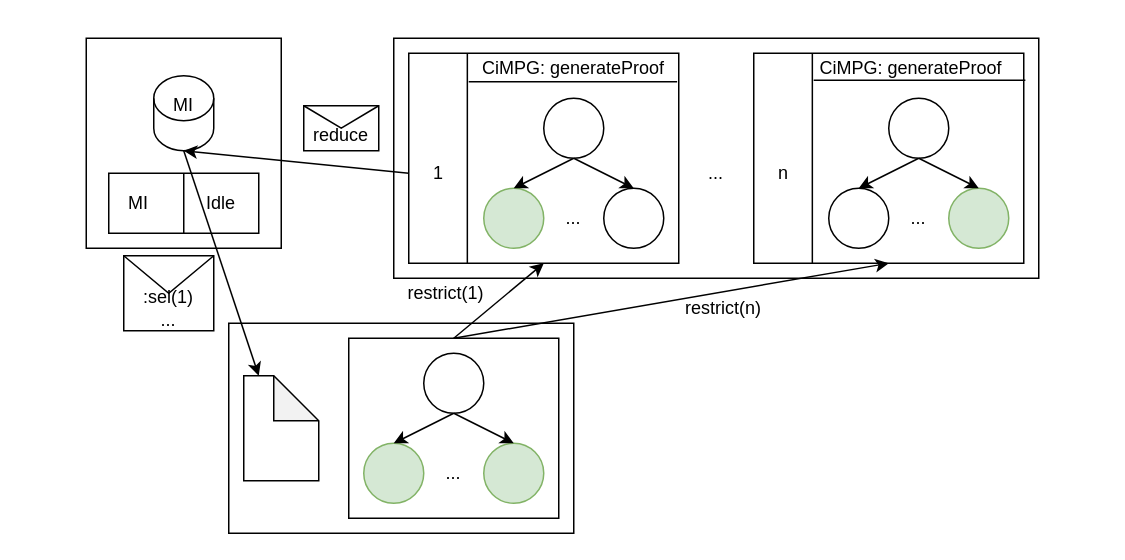
This is diagrams/distribuition.drawio from ariesco/CafeInMaude, a draw.io file, before an edit. Source tidied: cells renumbered, new cells numbered last; positions are measured from the earlier drawing's top-left corner, leaving out a move shared by most shapes. Both pictures are drawn from the tidied source at 150%, with x=0, y=0 at pixel (86, 38).
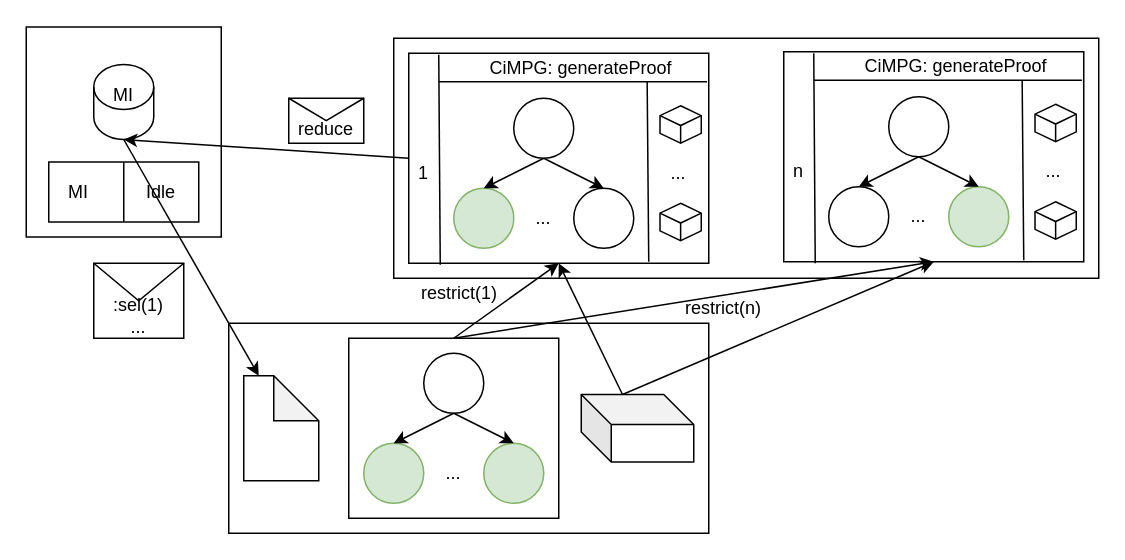
The same page after the edit.

Unchanged cells that the change refers to:
```xml
<mxCell id="41" style="rounded=0;whiteSpace=wrap;html=1;glass=0;fillColor=none;" parent="1" vertex="1">
  <mxGeometry x="175" y="200" width="140" height="120" as="geometry" />
</mxCell>
```

Change to the diagram source:
```diff
@@
     <mxCell id="8" style="rounded=0;whiteSpace=wrap;html=1;glass=0;fillColor=none;" parent="1" vertex="1">
-      <mxGeometry x="95" y="190" width="230" height="140" as="geometry" />
+      <mxGeometry x="95" y="190" width="320" height="140" as="geometry" />
     </mxCell>
     <mxCell id="9" style="shape=message;html=1;whiteSpace=wrap;html=1;glass=0;fillColor=none;" parent="1" vertex="1">
-      <mxGeometry x="145" y="45" width="50" height="30" as="geometry" />
+      <mxGeometry x="135" y="40" width="50" height="30" as="geometry" />
     </mxCell>
     <mxCell id="10" style="verticalLabelPosition=bottom;verticalAlign=top;html=1;shape=mxgraph.flowchart.on-page_reference;" parent="1" vertex="1">
-      <mxGeometry x="305" y="40" width="40" height="40" as="geometry" />
+      <mxGeometry x="285" y="40" width="40" height="40" as="geometry" />
     </mxCell>
     <mxCell id="11" style="verticalLabelPosition=bottom;verticalAlign=top;html=1;shape=mxgraph.flowchart.on-page_reference;fillColor=#d5e8d4;strokeColor=#82b366;" parent="1" vertex="1">
-      <mxGeometry x="265" y="100" width="40" height="40" as="geometry" />
+      <mxGeometry x="245" y="100" width="40" height="40" as="geometry" />
     </mxCell>
     <mxCell id="12" style="verticalLabelPosition=bottom;verticalAlign=top;html=1;shape=mxgraph.flowchart.on-page_reference;" parent="1" vertex="1">
-      <mxGeometry x="345" y="100" width="40" height="40" as="geometry" />
+      <mxGeometry x="325" y="100" width="40" height="40" as="geometry" />
     </mxCell>
@@
     <mxCell id="14" style="endArrow=classic;html=1;entryX=0.5;entryY=0;entryDx=0;entryDy=0;entryPerimeter=0;" parent="1" edge="1" target="11">
       <mxGeometry relative="1" as="geometry">
-        <mxPoint x="325" y="80" as="sourcePoint" />
+        <mxPoint x="305" y="80" as="sourcePoint" />
       </mxGeometry>
     </mxCell>
     <mxCell id="15" value="..." style="text;html=1;strokeColor=none;fillColor=none;align=center;verticalAlign=middle;whiteSpace=wrap;rounded=0;" parent="1" vertex="1">
-      <mxGeometry x="305" y="110" width="40" height="20" as="geometry" />
+      <mxGeometry x="285" y="110" width="40" height="20" as="geometry" />
     </mxCell>
     <mxCell id="16" style="rounded=0;whiteSpace=wrap;html=1;glass=0;fillColor=none;" parent="1" vertex="1">
-      <mxGeometry x="215" y="10" width="180" height="140" as="geometry" />
+      <mxGeometry x="215" y="10" width="200" height="140" as="geometry" />
     </mxCell>
-    <mxCell id="17" style="endArrow=none;html=1;entryX=0.217;entryY=0;entryDx=0;entryDy=0;entryPerimeter=0;exitX=0.217;exitY=1;exitDx=0;exitDy=0;exitPerimeter=0;" parent="1" edge="1" source="16" target="16">
-      <mxGeometry relative="1" as="geometry" />
+    <mxCell id="17" style="endArrow=none;html=1;entryX=0.1;entryY=0.007;entryDx=0;entryDy=0;entryPerimeter=0;" parent="1" edge="1" target="16">
+      <mxGeometry relative="1" as="geometry">
+        <mxPoint x="236" y="151" as="sourcePoint" />
+      </mxGeometry>
     </mxCell>
-    <mxCell id="18" value="1" style="text;html=1;strokeColor=none;fillColor=none;align=center;verticalAlign=middle;whiteSpace=wrap;rounded=0;glass=0;" parent="1" vertex="1">
-      <mxGeometry x="215" y="80" width="40" height="20" as="geometry" />
-    </mxCell>
-    <mxCell id="19" style="verticalLabelPosition=bottom;verticalAlign=top;html=1;shape=mxgraph.flowchart.on-page_reference;" parent="1" vertex="1">
-      <mxGeometry x="535" y="40" width="40" height="40" as="geometry" />
-    </mxCell>
-    <mxCell id="20" style="verticalLabelPosition=bottom;verticalAlign=top;html=1;shape=mxgraph.flowchart.on-page_reference;" parent="1" vertex="1">
-      <mxGeometry x="495" y="100" width="40" height="40" as="geometry" />
-    </mxCell>
-    <mxCell id="21" style="verticalLabelPosition=bottom;verticalAlign=top;html=1;shape=mxgraph.flowchart.on-page_reference;fillColor=#d5e8d4;strokeColor=#82b366;" parent="1" vertex="1">
-      <mxGeometry x="575" y="100" width="40" height="40" as="geometry" />
-    </mxCell>
-    <mxCell id="22" style="endArrow=classic;html=1;entryX=0.5;entryY=0;entryDx=0;entryDy=0;entryPerimeter=0;exitX=0.5;exitY=1;exitDx=0;exitDy=0;exitPerimeter=0;" parent="1" edge="1" source="19" target="21">
-      <mxGeometry relative="1" as="geometry" />
-    </mxCell>
-    <mxCell id="23" style="endArrow=classic;html=1;entryX=0.5;entryY=0;entryDx=0;entryDy=0;entryPerimeter=0;startArrow=none;" parent="1" edge="1" target="20">
-      <mxGeometry relative="1" as="geometry">
-        <mxPoint x="555" y="80" as="sourcePoint" />
-      </mxGeometry>
-    </mxCell>
-    <mxCell id="24" value="..." style="text;html=1;strokeColor=none;fillColor=none;align=center;verticalAlign=middle;whiteSpace=wrap;rounded=0;" parent="1" vertex="1">
-      <mxGeometry x="535" y="110" width="40" height="20" as="geometry" />
-    </mxCell>
-    <mxCell id="25" style="endArrow=none;html=1;entryX=0.217;entryY=0;entryDx=0;entryDy=0;entryPerimeter=0;exitX=0.217;exitY=1;exitDx=0;exitDy=0;exitPerimeter=0;" parent="1" edge="1" source="27" target="27">
-      <mxGeometry relative="1" as="geometry" />
-    </mxCell>
-    <mxCell id="26" value="n" style="text;html=1;strokeColor=none;fillColor=none;align=center;verticalAlign=middle;whiteSpace=wrap;rounded=0;glass=0;" parent="1" vertex="1">
-      <mxGeometry x="445" y="80" width="40" height="20" as="geometry" />
-    </mxCell>
-    <mxCell id="27" style="rounded=0;whiteSpace=wrap;html=1;glass=0;fillColor=none;" parent="1" vertex="1">
-      <mxGeometry x="445" y="10" width="180" height="140" as="geometry" />
-    </mxCell>
     <mxCell id="28" style="rounded=0;whiteSpace=wrap;html=1;glass=0;fillColor=none;" parent="1" vertex="1">
-      <mxGeometry x="205" width="430" height="160" as="geometry" />
+      <mxGeometry x="205" width="470" height="160" as="geometry" />
     </mxCell>
@@
-    <mxCell id="30" value="..." style="text;html=1;strokeColor=none;fillColor=none;align=center;verticalAlign=middle;whiteSpace=wrap;rounded=0;glass=0;" parent="1" vertex="1">
-      <mxGeometry x="400" y="80" width="40" height="20" as="geometry" />
-    </mxCell>
     <mxCell id="31" style="shape=cylinder3;whiteSpace=wrap;html=1;boundedLbl=1;backgroundOutline=1;size=15;glass=0;fillColor=none;" parent="1" vertex="1">
-      <mxGeometry x="45" y="25" width="40" height="50" as="geometry" />
+      <mxGeometry x="5" y="17.5" width="40" height="50" as="geometry" />
     </mxCell>
     <mxCell id="32" style="rounded=0;whiteSpace=wrap;html=1;glass=0;fillColor=none;" parent="1" vertex="1">
-      <mxGeometry x="15" y="90" width="100" height="40" as="geometry" />
+      <mxGeometry x="-25" y="82.5" width="100" height="40" as="geometry" />
     </mxCell>
     <mxCell id="33" value="MI" style="text;html=1;strokeColor=none;fillColor=none;align=center;verticalAlign=middle;whiteSpace=wrap;rounded=0;glass=0;" parent="1" vertex="1">
-      <mxGeometry x="45" y="35" width="40" height="20" as="geometry" />
+      <mxGeometry x="5" y="27.5" width="40" height="20" as="geometry" />
     </mxCell>
     <mxCell id="34" value="MI" style="text;html=1;strokeColor=none;fillColor=none;align=center;verticalAlign=middle;whiteSpace=wrap;rounded=0;glass=0;" parent="1" vertex="1">
-      <mxGeometry x="15" y="100" width="40" height="20" as="geometry" />
+      <mxGeometry x="-25" y="92.5" width="40" height="20" as="geometry" />
     </mxCell>
     <mxCell id="35" value="&amp;nbsp; &amp;nbsp;Idle" style="text;html=1;strokeColor=none;fillColor=none;align=center;verticalAlign=middle;whiteSpace=wrap;rounded=0;glass=0;" parent="1" vertex="1">
-      <mxGeometry x="65" y="100" width="40" height="20" as="geometry" />
+      <mxGeometry x="25" y="92.5" width="40" height="20" as="geometry" />
     </mxCell>
@@
-    <mxCell id="37" style="endArrow=classic;html=1;entryX=0.5;entryY=1;entryDx=0;entryDy=0;entryPerimeter=0;exitX=0;exitY=0.5;exitDx=0;exitDy=0;" parent="1" edge="1" source="18" target="31">
+    <mxCell id="37" style="endArrow=classic;html=1;entryX=0.5;entryY=1;entryDx=0;entryDy=0;entryPerimeter=0;exitX=0;exitY=0.5;exitDx=0;exitDy=0;" parent="1" edge="1" source="16" target="31">
       <mxGeometry relative="1" as="geometry" />
     </mxCell>
     <mxCell id="38" style="rounded=0;whiteSpace=wrap;html=1;glass=0;fillColor=none;" parent="1" vertex="1">
-      <mxGeometry width="130" height="140" as="geometry" />
+      <mxGeometry x="-40" y="-7.5" width="130" height="140" as="geometry" />
     </mxCell>
     <mxCell id="39" value="reduce" style="text;html=1;strokeColor=none;fillColor=none;align=center;verticalAlign=middle;whiteSpace=wrap;rounded=0;glass=0;" parent="1" vertex="1">
-      <mxGeometry x="150" y="55" width="40" height="20" as="geometry" />
+      <mxGeometry x="140" y="52.5" width="40" height="17.5" as="geometry" />
     </mxCell>
@@
-    <mxCell id="42" style="endArrow=classic;html=1;entryX=0.5;entryY=1;entryDx=0;entryDy=0;exitX=0.5;exitY=0;exitDx=0;exitDy=0;" parent="1" edge="1" source="41" target="27">
+    <mxCell id="42" style="endArrow=classic;html=1;entryX=0.5;entryY=1;entryDx=0;entryDy=0;exitX=0.5;exitY=0;exitDx=0;exitDy=0;" parent="1" edge="1" source="41" target="61">
       <mxGeometry relative="1" as="geometry" />
     </mxCell>
     <mxCell id="43" style="endArrow=none;html=1;entryX=0.994;entryY=0.136;entryDx=0;entryDy=0;entryPerimeter=0;" parent="1" edge="1" target="16">
       <mxGeometry relative="1" as="geometry">
-        <mxPoint x="255" y="29" as="sourcePoint" />
+        <mxPoint x="235" y="29" as="sourcePoint" />
       </mxGeometry>
     </mxCell>
     <mxCell id="44" value="CiMPG: generateProof" style="text;html=1;strokeColor=none;fillColor=none;align=center;verticalAlign=middle;whiteSpace=wrap;rounded=0;glass=0;" parent="1" vertex="1">
-      <mxGeometry x="260" y="10" width="130" height="20" as="geometry" />
+      <mxGeometry x="265" y="10" width="130" height="20" as="geometry" />
     </mxCell>
-    <mxCell id="45" style="endArrow=none;html=1;entryX=1.006;entryY=0.129;entryDx=0;entryDy=0;entryPerimeter=0;exitX=0.222;exitY=0.129;exitDx=0;exitDy=0;exitPerimeter=0;" parent="1" edge="1" source="27" target="27">
-      <mxGeometry relative="1" as="geometry" />
-    </mxCell>
-    <mxCell id="46" value="CiMPG: generateProof" style="text;html=1;strokeColor=none;fillColor=none;align=center;verticalAlign=middle;whiteSpace=wrap;rounded=0;glass=0;" parent="1" vertex="1">
-      <mxGeometry x="485" y="10" width="130" height="20" as="geometry" />
-    </mxCell>
     <mxCell id="47" value="restrict(1)" style="text;html=1;strokeColor=none;fillColor=none;align=center;verticalAlign=middle;whiteSpace=wrap;rounded=0;glass=0;" parent="1" vertex="1">
-      <mxGeometry x="220" y="160" width="40" height="20" as="geometry" />
+      <mxGeometry x="229" y="160" width="40" height="20" as="geometry" />
     </mxCell>
@@
     <mxCell id="50" style="shape=message;html=1;whiteSpace=wrap;html=1;glass=0;fillColor=none;" parent="1" vertex="1">
-      <mxGeometry x="25" y="145" width="60" height="50" as="geometry" />
+      <mxGeometry x="5" y="150" width="60" height="50" as="geometry" />
     </mxCell>
     <mxCell id="51" value=":sel(1)&lt;br&gt;..." style="text;html=1;strokeColor=none;fillColor=none;align=center;verticalAlign=middle;whiteSpace=wrap;rounded=0;glass=0;" parent="1" vertex="1">
-      <mxGeometry x="35" y="170" width="40" height="20" as="geometry" />
+      <mxGeometry x="15" y="175" width="40" height="20" as="geometry" />
     </mxCell>
+    <mxCell id="18" value="1" style="text;html=1;strokeColor=none;fillColor=none;align=center;verticalAlign=middle;whiteSpace=wrap;rounded=0;glass=0;" parent="1" vertex="1">
+      <mxGeometry x="205" y="80" width="40" height="20" as="geometry" />
+    </mxCell>
+    <mxCell id="52" style="whiteSpace=wrap;html=1;shape=mxgraph.basic.isocube;isoAngle=15;glass=0;fillColor=none;" parent="1" vertex="1">
+      <mxGeometry x="382.5" y="110" width="27.5" height="25" as="geometry" />
+    </mxCell>
+    <mxCell id="53" style="whiteSpace=wrap;html=1;shape=mxgraph.basic.isocube;isoAngle=15;glass=0;fillColor=none;" parent="1" vertex="1">
+      <mxGeometry x="382.5" y="45" width="27.5" height="25" as="geometry" />
+    </mxCell>
+    <mxCell id="54" style="endArrow=none;html=1;entryX=0.8;entryY=0.993;entryDx=0;entryDy=0;entryPerimeter=0;exitX=0.838;exitY=0.95;exitDx=0;exitDy=0;exitPerimeter=0;" parent="1" edge="1" source="44" target="16">
+      <mxGeometry relative="1" as="geometry" />
+    </mxCell>
+    <mxCell id="55" value="..." style="text;html=1;strokeColor=none;fillColor=none;align=center;verticalAlign=middle;whiteSpace=wrap;rounded=0;glass=0;" parent="1" vertex="1">
+      <mxGeometry x="375" y="80" width="40" height="20" as="geometry" />
+    </mxCell>
+    <mxCell id="56" style="verticalLabelPosition=bottom;verticalAlign=top;html=1;shape=mxgraph.flowchart.on-page_reference;" parent="1" vertex="1">
+      <mxGeometry x="535" y="39" width="40" height="40" as="geometry" />
+    </mxCell>
+    <mxCell id="57" style="verticalLabelPosition=bottom;verticalAlign=top;html=1;shape=mxgraph.flowchart.on-page_reference;" parent="1" vertex="1">
+      <mxGeometry x="495" y="99" width="40" height="40" as="geometry" />
+    </mxCell>
+    <mxCell id="58" style="verticalLabelPosition=bottom;verticalAlign=top;html=1;shape=mxgraph.flowchart.on-page_reference;fillColor=#d5e8d4;strokeColor=#82b366;" parent="1" vertex="1">
+      <mxGeometry x="575" y="99" width="40" height="40" as="geometry" />
+    </mxCell>
+    <mxCell id="59" style="endArrow=classic;html=1;entryX=0.5;entryY=0;entryDx=0;entryDy=0;entryPerimeter=0;exitX=0.5;exitY=1;exitDx=0;exitDy=0;exitPerimeter=0;" parent="1" edge="1" source="56" target="58">
+      <mxGeometry relative="1" as="geometry" />
+    </mxCell>
+    <mxCell id="60" style="endArrow=classic;html=1;entryX=0.5;entryY=0;entryDx=0;entryDy=0;entryPerimeter=0;" parent="1" edge="1" target="57">
+      <mxGeometry relative="1" as="geometry">
+        <mxPoint x="555" y="79" as="sourcePoint" />
+      </mxGeometry>
+    </mxCell>
+    <mxCell id="24" value="..." style="text;html=1;strokeColor=none;fillColor=none;align=center;verticalAlign=middle;whiteSpace=wrap;rounded=0;" parent="1" vertex="1">
+      <mxGeometry x="535" y="109" width="40" height="20" as="geometry" />
+    </mxCell>
+    <mxCell id="61" style="rounded=0;whiteSpace=wrap;html=1;glass=0;fillColor=none;" parent="1" vertex="1">
+      <mxGeometry x="465" y="9" width="200" height="140" as="geometry" />
+    </mxCell>
+    <mxCell id="62" style="endArrow=none;html=1;entryX=0.1;entryY=0.007;entryDx=0;entryDy=0;entryPerimeter=0;" parent="1" edge="1" target="61">
+      <mxGeometry relative="1" as="geometry">
+        <mxPoint x="486" y="150" as="sourcePoint" />
+      </mxGeometry>
+    </mxCell>
+    <mxCell id="63" style="endArrow=none;html=1;entryX=0.994;entryY=0.136;entryDx=0;entryDy=0;entryPerimeter=0;" parent="1" edge="1" target="61">
+      <mxGeometry relative="1" as="geometry">
+        <mxPoint x="485" y="28" as="sourcePoint" />
+      </mxGeometry>
+    </mxCell>
+    <mxCell id="46" value="CiMPG: generateProof" style="text;html=1;strokeColor=none;fillColor=none;align=center;verticalAlign=middle;whiteSpace=wrap;rounded=0;glass=0;" parent="1" vertex="1">
+      <mxGeometry x="515" y="9" width="130" height="20" as="geometry" />
+    </mxCell>
+    <mxCell id="26" value="n" style="text;html=1;strokeColor=none;fillColor=none;align=center;verticalAlign=middle;whiteSpace=wrap;rounded=0;glass=0;" parent="1" vertex="1">
+      <mxGeometry x="455" y="79" width="40" height="20" as="geometry" />
+    </mxCell>
+    <mxCell id="64" style="whiteSpace=wrap;html=1;shape=mxgraph.basic.isocube;isoAngle=15;glass=0;fillColor=none;" parent="1" vertex="1">
+      <mxGeometry x="632.5" y="109" width="27.5" height="25" as="geometry" />
+    </mxCell>
+    <mxCell id="65" style="whiteSpace=wrap;html=1;shape=mxgraph.basic.isocube;isoAngle=15;glass=0;fillColor=none;" parent="1" vertex="1">
+      <mxGeometry x="632.5" y="44" width="27.5" height="25" as="geometry" />
+    </mxCell>
+    <mxCell id="66" style="endArrow=none;html=1;entryX=0.8;entryY=0.993;entryDx=0;entryDy=0;entryPerimeter=0;exitX=0.838;exitY=0.95;exitDx=0;exitDy=0;exitPerimeter=0;" parent="1" edge="1" source="46" target="61">
+      <mxGeometry relative="1" as="geometry" />
+    </mxCell>
+    <mxCell id="67" value="..." style="text;html=1;strokeColor=none;fillColor=none;align=center;verticalAlign=middle;whiteSpace=wrap;rounded=0;glass=0;" parent="1" vertex="1">
+      <mxGeometry x="625" y="79" width="40" height="20" as="geometry" />
+    </mxCell>
+    <mxCell id="68" style="shape=cube;whiteSpace=wrap;html=1;boundedLbl=1;backgroundOutline=1;darkOpacity=0.05;darkOpacity2=0.1;glass=0;fillColor=none;" parent="1" vertex="1">
+      <mxGeometry x="330" y="237.5" width="75" height="45" as="geometry" />
+    </mxCell>
+    <mxCell id="69" style="endArrow=classic;html=1;entryX=0.5;entryY=1;entryDx=0;entryDy=0;exitX=0;exitY=0;exitDx=27.5;exitDy=0;exitPerimeter=0;" parent="1" edge="1" source="68" target="16">
+      <mxGeometry relative="1" as="geometry" />
+    </mxCell>
+    <mxCell id="70" style="endArrow=classic;html=1;exitX=0;exitY=0;exitDx=27.5;exitDy=0;exitPerimeter=0;entryX=0.5;entryY=1;entryDx=0;entryDy=0;" parent="1" edge="1" source="68" target="61">
+      <mxGeometry relative="1" as="geometry" />
+    </mxCell>
```
